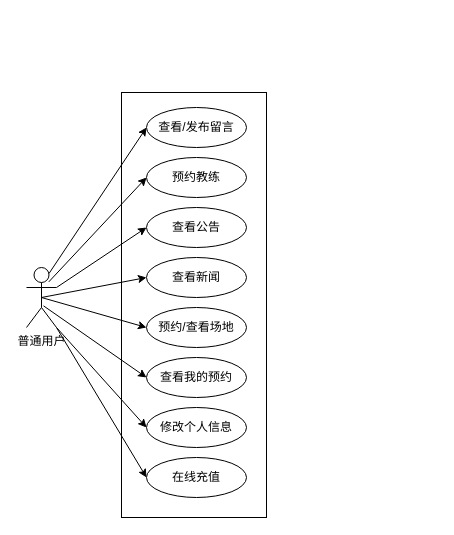
The draw.io diagram page "普通用户用例" (3 of 9) of 未命名绘图.drawio in 194568/test1, before the edit. Source tidied: cells renumbered, new cells numbered last; positions are measured from the earlier drawing's top-left corner, leaving out a move shared by most shapes. Both pictures are drawn from the tidied source at 100%, with x=0, y=0 at pixel (-19, 107).
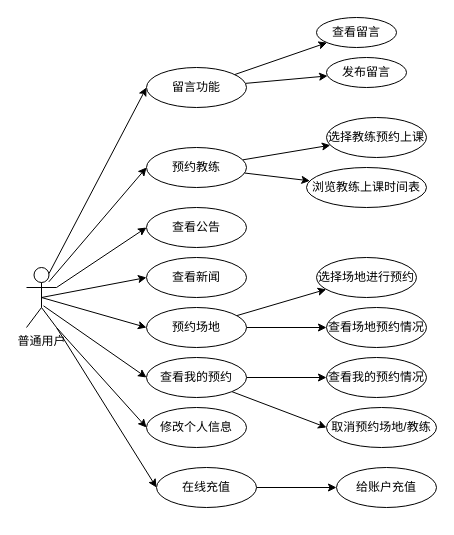
Above is the later version.

Unchanged cells that the change refers to:
```xml
<mxCell id="16" value="查看我的预约" style="ellipse;whiteSpace=wrap;html=1;" parent="1" vertex="1">
  <mxGeometry x="165" y="250" width="100" height="40" as="geometry" />
</mxCell>
```

The edit, as a diff of the source:
```diff
@@
+    <mxCell id="20" style="rounded=0;jettySize=auto;html=1;" parent="1" edge="1" source="11" target="29">
+      <mxGeometry relative="1" as="geometry" />
+    </mxCell>
+    <mxCell id="21" style="rounded=0;jettySize=auto;html=1;" parent="1" edge="1" source="11" target="30">
+      <mxGeometry relative="1" as="geometry" />
+    </mxCell>
-    <mxCell id="11" value="查看/发布留言" style="ellipse;whiteSpace=wrap;html=1;" parent="1" vertex="1">
-      <mxGeometry x="165" width="100" height="40" as="geometry" />
+    <mxCell id="11" value="留言功能" style="ellipse;whiteSpace=wrap;html=1;" parent="1" vertex="1">
+      <mxGeometry x="165" y="-40" width="100" height="40" as="geometry" />
     </mxCell>
+    <mxCell id="22" style="rounded=0;jettySize=auto;html=1;" parent="1" edge="1" source="12" target="31">
+      <mxGeometry relative="1" as="geometry" />
+    </mxCell>
+    <mxCell id="23" style="rounded=0;jettySize=auto;html=1;" parent="1" edge="1" source="12" target="32">
+      <mxGeometry relative="1" as="geometry" />
+    </mxCell>
     <mxCell id="12" value="预约教练" style="ellipse;whiteSpace=wrap;html=1;" parent="1" vertex="1">
-      <mxGeometry x="165" y="50" width="100" height="40" as="geometry" />
+      <mxGeometry x="165" y="40" width="100" height="40" as="geometry" />
     </mxCell>
@@
+    <mxCell id="24" style="rounded=0;jettySize=auto;html=1;" parent="1" edge="1" source="15" target="33">
+      <mxGeometry relative="1" as="geometry" />
+    </mxCell>
+    <mxCell id="25" style="rounded=0;jettySize=auto;html=1;" parent="1" edge="1" source="15" target="34">
+      <mxGeometry relative="1" as="geometry" />
+    </mxCell>
-    <mxCell id="15" value="预约/查看场地" style="ellipse;whiteSpace=wrap;html=1;" parent="1" vertex="1">
+    <mxCell id="15" value="预约场地" style="ellipse;whiteSpace=wrap;html=1;" parent="1" vertex="1">
       <mxGeometry x="165" y="200" width="100" height="40" as="geometry" />
     </mxCell>
+    <mxCell id="26" style="rounded=0;jettySize=auto;html=1;entryX=0;entryY=0.5;entryDx=0;entryDy=0;" parent="1" edge="1" source="16" target="35">
+      <mxGeometry relative="1" as="geometry" />
+    </mxCell>
+    <mxCell id="27" style="rounded=0;jettySize=auto;html=1;exitX=1;exitY=1;exitDx=0;exitDy=0;entryX=0;entryY=0.5;entryDx=0;entryDy=0;" parent="1" edge="1" source="16" target="36">
+      <mxGeometry relative="1" as="geometry" />
+    </mxCell>
@@
+    <mxCell id="28" style="edgeStyle=orthogonalEdgeStyle;rounded=0;jettySize=auto;html=1;" parent="1" edge="1" source="18" target="37">
+      <mxGeometry relative="1" as="geometry" />
+    </mxCell>
     <mxCell id="18" value="在线充值" style="ellipse;whiteSpace=wrap;html=1;" parent="1" vertex="1">
-      <mxGeometry x="165" y="350" width="100" height="40" as="geometry" />
+      <mxGeometry x="175" y="360" width="100" height="40" as="geometry" />
     </mxCell>
-    <mxCell id="19" style="rounded=0;whiteSpace=wrap;html=1;rotation=-90;fillColor=none;" parent="1" vertex="1">
-      <mxGeometry y="125" width="425" height="145" as="geometry" />
-    </mxCell>
+    <mxCell id="29" value="查看留言" style="ellipse;whiteSpace=wrap;html=1;" parent="1" vertex="1">
+      <mxGeometry x="335" y="-90" width="80" height="30" as="geometry" />
+    </mxCell>
+    <mxCell id="30" value="发布留言" style="ellipse;whiteSpace=wrap;html=1;" parent="1" vertex="1">
+      <mxGeometry x="345" y="-50" width="80" height="30" as="geometry" />
+    </mxCell>
+    <mxCell id="31" value="选择教练预约上课" style="ellipse;whiteSpace=wrap;html=1;" parent="1" vertex="1">
+      <mxGeometry x="345" y="10" width="100" height="40" as="geometry" />
+    </mxCell>
+    <mxCell id="32" value="浏览教练上课时间表" style="ellipse;whiteSpace=wrap;html=1;" parent="1" vertex="1">
+      <mxGeometry x="325" y="60" width="120" height="40" as="geometry" />
+    </mxCell>
+    <mxCell id="33" value="选择场地进行预约" style="ellipse;whiteSpace=wrap;html=1;" parent="1" vertex="1">
+      <mxGeometry x="335" y="150" width="100" height="40" as="geometry" />
+    </mxCell>
+    <mxCell id="34" value="查看场地预约情况" style="ellipse;whiteSpace=wrap;html=1;" parent="1" vertex="1">
+      <mxGeometry x="345" y="200" width="100" height="40" as="geometry" />
+    </mxCell>
+    <mxCell id="35" value="查看我的预约情况" style="ellipse;whiteSpace=wrap;html=1;" parent="1" vertex="1">
+      <mxGeometry x="345" y="250" width="100" height="40" as="geometry" />
+    </mxCell>
+    <mxCell id="36" value="取消预约场地/教练" style="ellipse;whiteSpace=wrap;html=1;" parent="1" vertex="1">
+      <mxGeometry x="345" y="300" width="110" height="40" as="geometry" />
+    </mxCell>
+    <mxCell id="37" value="给账户充值" style="ellipse;whiteSpace=wrap;html=1;" parent="1" vertex="1">
+      <mxGeometry x="355" y="360" width="100" height="40" as="geometry" />
+    </mxCell>
```
